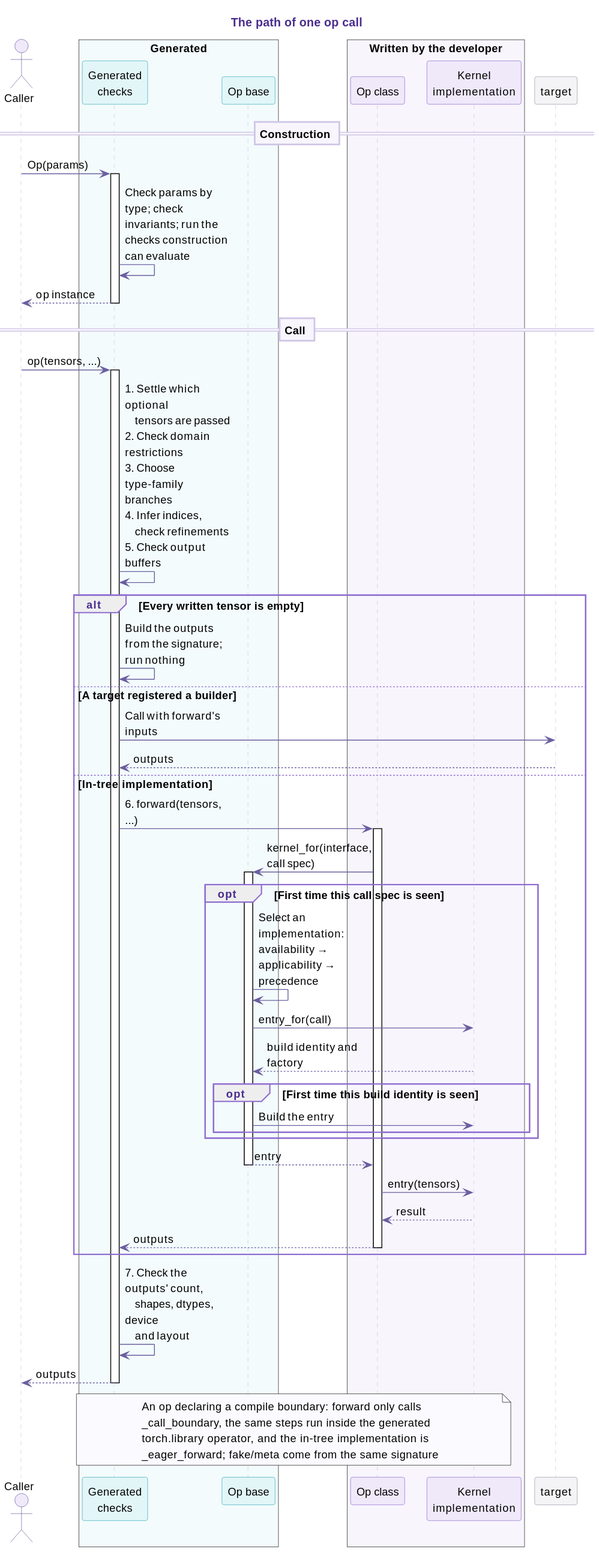
This is docs/user-guide/manifest/img/call.svg from lcy-seso/TileOPs.github.io, a PlantUML export, as it was before one commit.
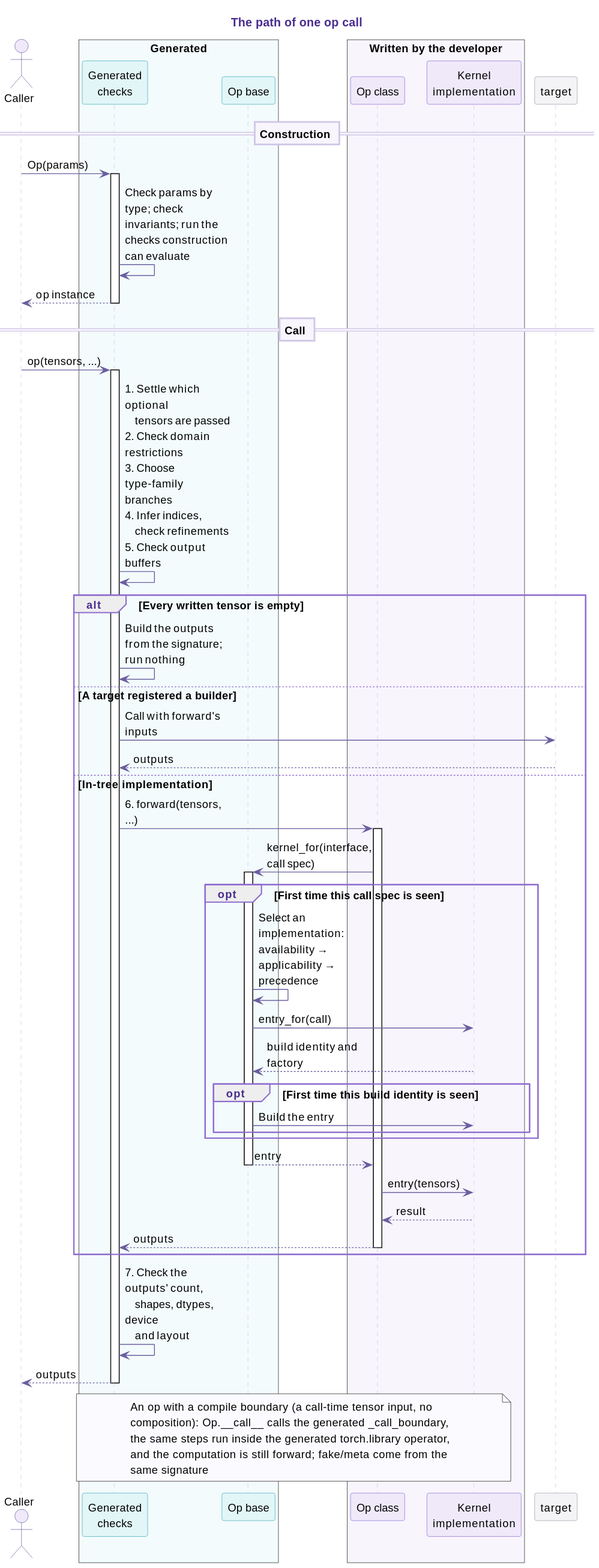
Later version of the same file.

Change to the diagram source:
```diff
@@ -84,9 +84,10 @@
 deactivate chk
 
 note over chk, kern #FBFAFE
-  An op declaring a compile boundary: forward only calls
-  _call_boundary, the same steps run inside the generated
-  torch.library operator, and the in-tree implementation is
-  _eager_forward; fake/meta come from the same signature
+  An op with a compile boundary (a call-time tensor input, no
+  composition): Op.~__call~__ calls the generated _call_boundary,
+  the same steps run inside the generated torch.library operator,
+  and the computation is still forward; fake/meta come from the
+  same signature
 end note
 @enduml
```
